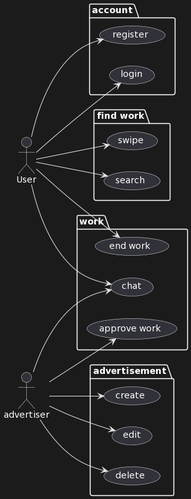
dhbw-ka-tinf22b5-dinder/Dinder-SRS keeps this PlantUML diagram as Diagramme/UseCaseDiagram.png. Above is the earlier version.
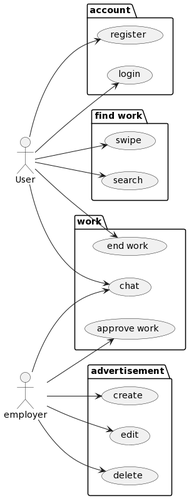
Later version of the same file.

Diff of the diagram source:
```diff
@@ -31,10 +31,10 @@
 User --> chat
 User --> (end work)
 
-:advertiser:
-advertiser --> create
-advertiser --> edit
-advertiser --> delete
-advertiser --> chat
-advertiser --> (approve work)
+:employer:
+employer --> create
+employer --> edit
+employer --> delete
+employer --> chat
+employer --> (approve work)
 @enduml
```
